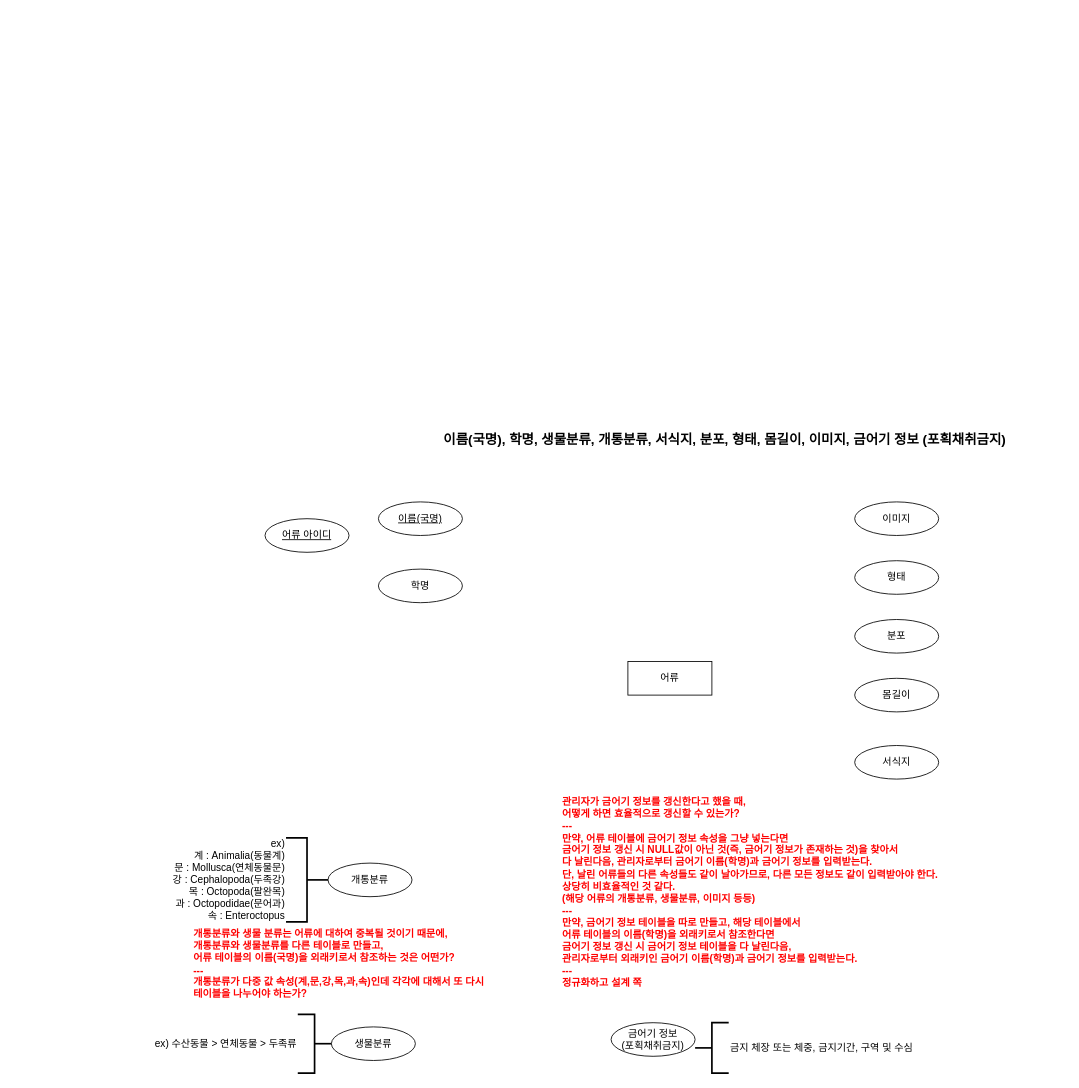
The draw.io diagram page "DB 설계" (5 of 5) of 설계/설계.drawio in 2021-KNU-Capstone-Team1/FishDic, before the edit. Source tidied: cells renumbered, new cells numbered last; positions are measured from the earlier drawing's top-left corner, leaving out a move shared by most shapes. Both pictures are drawn from the tidied source at 84%, with x=0, y=0 at pixel (192, 426).
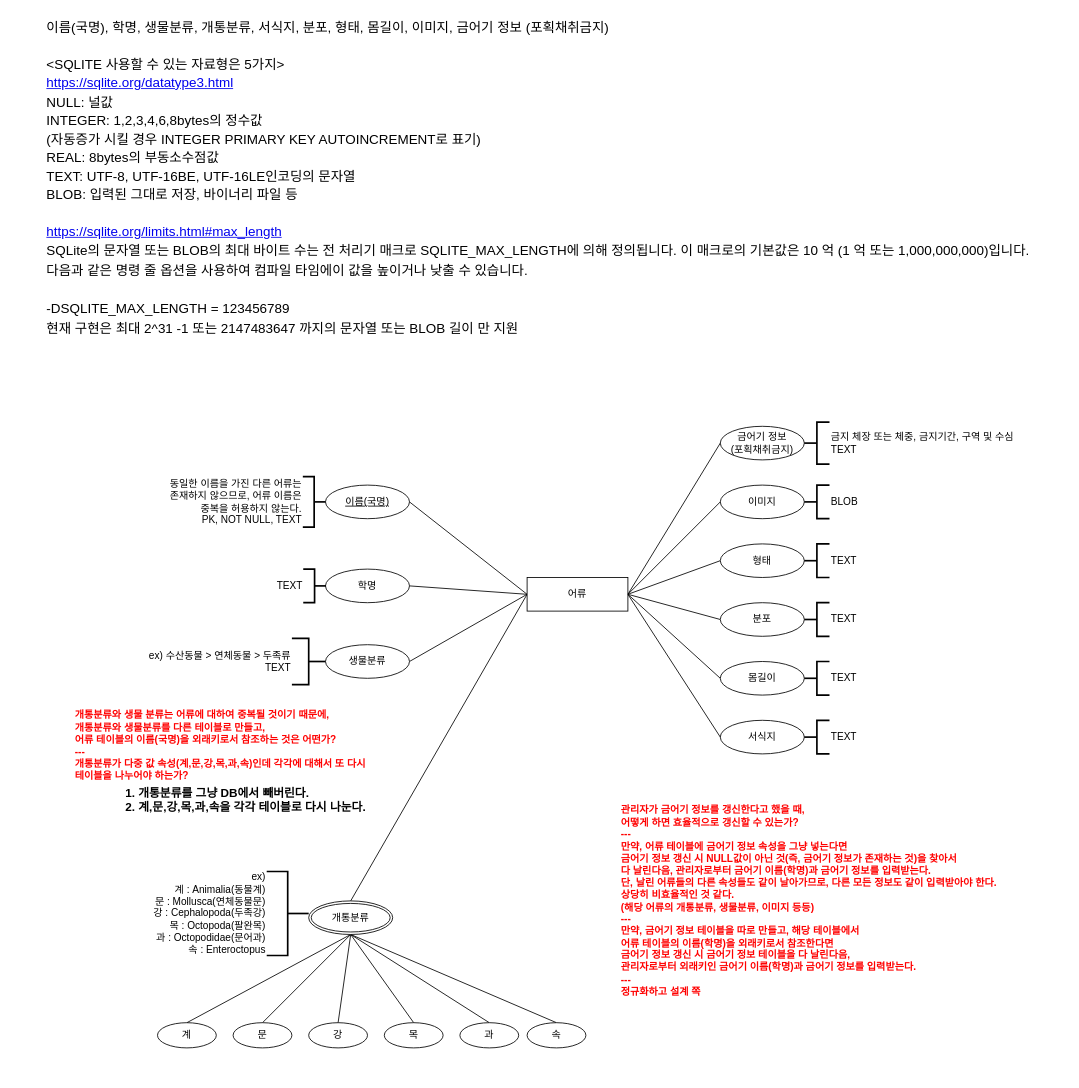
After the change.

Change to the diagram source:
```diff
@@
-    <mxCell id="2" value="&lt;div class=&quot;markup-2BOw-j messageContent-2qWWxC&quot; style=&quot;color: rgb(0 , 0 , 0) ; font-family: inherit ; font-size: 1rem ; font-style: inherit ; text-align: left ; margin: 0px 0px 0px -72px ; padding: 0px 0px 0px 72px ; border: 0px ; vertical-align: baseline ; outline: 0px ; line-height: 1.375rem ; overflow-wrap: break-word ; position: relative ; overflow: hidden&quot;&gt;이름(국명),&amp;nbsp;&lt;span style=&quot;font-family: inherit ; font-size: 1rem ; font-style: inherit&quot;&gt;학명, 생물분류, 개통분류, 서식지, 분포, 형태, 몸길이, 이미지, 금어기 정보 (포획채취금지)&lt;/span&gt;&lt;/div&gt;" style="text;html=1;align=center;verticalAlign=middle;fontColor=#0000FF;fontStyle=1;" parent="1" vertex="1">
-      <mxGeometry x="269" width="730" height="30" as="geometry" />
+    <mxCell id="2" value="&lt;div class=&quot;markup-2BOw-j messageContent-2qWWxC&quot; style=&quot;color: rgb(0 , 0 , 0) ; font-family: inherit ; font-size: 1rem ; font-style: inherit ; text-align: left ; margin: 0px 0px 0px -72px ; padding: 0px 0px 0px 72px ; border: 0px ; vertical-align: baseline ; outline: 0px ; line-height: 1.375rem ; overflow-wrap: break-word ; position: relative ; overflow: hidden&quot;&gt;&lt;span style=&quot;font-weight: normal&quot;&gt;이름(국명),&amp;nbsp;&lt;span style=&quot;font-family: inherit ; font-size: 1rem ; font-style: inherit&quot;&gt;학명, 생물분류, 개통분류, 서식지, 분포, 형태, 몸길이, 이미지, 금어기 정보 (포획채취금지)&lt;/span&gt;&lt;/span&gt;&lt;/div&gt;&lt;div class=&quot;markup-2BOw-j messageContent-2qWWxC&quot; style=&quot;text-align: left ; margin: 0px 0px 0px -72px ; padding: 0px 0px 0px 72px ; border: 0px ; vertical-align: baseline ; outline: 0px ; line-height: 1.375rem ; overflow-wrap: break-word ; position: relative ; overflow: hidden&quot;&gt;&lt;div class=&quot;markup-2BOw-j messageContent-2qWWxC&quot; style=&quot;color: rgb(0 , 0 , 0) ; font-family: inherit ; font-size: 1rem ; font-style: inherit ; margin: 0px 0px 0px -72px ; padding: 0px 0px 0px 72px ; border: 0px ; vertical-align: baseline ; outline: 0px ; line-height: 1.375rem ; overflow-wrap: break-word ; position: relative ; overflow: hidden&quot;&gt;&lt;span style=&quot;font-weight: normal&quot;&gt;&lt;br&gt;&lt;/span&gt;&lt;/div&gt;&lt;div class=&quot;markup-2BOw-j messageContent-2qWWxC&quot; style=&quot;color: rgb(0 , 0 , 0) ; font-family: inherit ; font-size: 1rem ; font-style: inherit ; margin: 0px 0px 0px -72px ; padding: 0px 0px 0px 72px ; border: 0px ; vertical-align: baseline ; outline: 0px ; line-height: 1.375rem ; overflow-wrap: break-word ; position: relative ; overflow: hidden&quot;&gt;&lt;span style=&quot;font-weight: normal&quot;&gt;&amp;lt;SQLITE 사용할 수 있는 자료형은 5가지&amp;gt;&lt;/span&gt;&lt;/div&gt;&lt;div class=&quot;markup-2BOw-j messageContent-2qWWxC&quot; style=&quot;margin: 0px 0px 0px -72px ; padding: 0px 0px 0px 72px ; border: 0px ; vertical-align: baseline ; outline: 0px ; line-height: 1.375rem ; overflow-wrap: break-word ; position: relative ; overflow: hidden&quot;&gt;&lt;span style=&quot;font-weight: normal&quot;&gt;&lt;font color=&quot;#000000&quot;&gt;&lt;span style=&quot;font-size: 16px&quot;&gt;&lt;a href=&quot;https://sqlite.org/datatype3.html&quot;&gt;https://sqlite.org/datatype3.html&lt;/a&gt;&lt;/span&gt;&lt;/font&gt;&lt;br&gt;&lt;/span&gt;&lt;/div&gt;&lt;div class=&quot;markup-2BOw-j messageContent-2qWWxC&quot; style=&quot;color: rgb(0 , 0 , 0) ; font-family: inherit ; font-size: 1rem ; font-style: inherit ; margin: 0px 0px 0px -72px ; padding: 0px 0px 0px 72px ; border: 0px ; vertical-align: baseline ; outline: 0px ; line-height: 1.375rem ; overflow-wrap: break-word ; position: relative ; overflow: hidden&quot;&gt;&lt;span style=&quot;font-weight: normal&quot;&gt;NULL: 널값&lt;/span&gt;&lt;/div&gt;&lt;div class=&quot;markup-2BOw-j messageContent-2qWWxC&quot; style=&quot;color: rgb(0 , 0 , 0) ; font-family: inherit ; font-size: 1rem ; font-style: inherit ; margin: 0px 0px 0px -72px ; padding: 0px 0px 0px 72px ; border: 0px ; vertical-align: baseline ; outline: 0px ; line-height: 1.375rem ; overflow-wrap: break-word ; position: relative ; overflow: hidden&quot;&gt;&lt;span style=&quot;font-weight: normal&quot;&gt;INTEGER: 1,2,3,4,6,8bytes의 정수값&lt;/span&gt;&lt;/div&gt;&lt;div class=&quot;markup-2BOw-j messageContent-2qWWxC&quot; style=&quot;color: rgb(0 , 0 , 0) ; font-family: inherit ; font-size: 1rem ; font-style: inherit ; margin: 0px 0px 0px -72px ; padding: 0px 0px 0px 72px ; border: 0px ; vertical-align: baseline ; outline: 0px ; line-height: 1.375rem ; overflow-wrap: break-word ; position: relative ; overflow: hidden&quot;&gt;&lt;span style=&quot;font-weight: normal&quot;&gt;(자동증가 시킬 경우 INTEGER PRIMARY KEY AUTOINCREMENT로 표기)&lt;/span&gt;&lt;/div&gt;&lt;div class=&quot;markup-2BOw-j messageContent-2qWWxC&quot; style=&quot;color: rgb(0 , 0 , 0) ; font-family: inherit ; font-size: 1rem ; font-style: inherit ; margin: 0px 0px 0px -72px ; padding: 0px 0px 0px 72px ; border: 0px ; vertical-align: baseline ; outline: 0px ; line-height: 1.375rem ; overflow-wrap: break-word ; position: relative ; overflow: hidden&quot;&gt;&lt;span style=&quot;font-weight: normal&quot;&gt;REAL: 8bytes의 부동소수점값&lt;/span&gt;&lt;/div&gt;&lt;div class=&quot;markup-2BOw-j messageContent-2qWWxC&quot; style=&quot;color: rgb(0 , 0 , 0) ; font-family: inherit ; font-size: 1rem ; font-style: inherit ; margin: 0px 0px 0px -72px ; padding: 0px 0px 0px 72px ; border: 0px ; vertical-align: baseline ; outline: 0px ; line-height: 1.375rem ; overflow-wrap: break-word ; position: relative ; overflow: hidden&quot;&gt;&lt;span style=&quot;font-weight: normal&quot;&gt;TEXT: UTF-8, UTF-16BE, UTF-16LE인코딩의 문자열&lt;/span&gt;&lt;/div&gt;&lt;div class=&quot;markup-2BOw-j messageContent-2qWWxC&quot; style=&quot;color: rgb(0 , 0 , 0) ; font-family: inherit ; font-size: 1rem ; font-style: inherit ; margin: 0px 0px 0px -72px ; padding: 0px 0px 0px 72px ; border: 0px ; vertical-align: baseline ; outline: 0px ; line-height: 1.375rem ; overflow-wrap: break-word ; position: relative ; overflow: hidden&quot;&gt;&lt;span style=&quot;font-weight: normal&quot;&gt;BLOB: 입력된 그대로 저장, 바이너리 파일 등&lt;/span&gt;&lt;/div&gt;&lt;div style=&quot;color: rgb(0 , 0 , 0) ; font-family: inherit ; font-size: 1rem ; font-style: inherit&quot;&gt;&lt;span style=&quot;font-weight: normal&quot;&gt;&lt;br&gt;&lt;/span&gt;&lt;/div&gt;&lt;div&gt;&lt;span style=&quot;font-weight: normal&quot;&gt;&lt;font color=&quot;#000000&quot;&gt;&lt;span style=&quot;font-size: 16px&quot;&gt;&lt;a href=&quot;https://sqlite.org/limits.html#max_length&quot;&gt;https://sqlite.org/limits.html#max_length&lt;/a&gt;&lt;/span&gt;&lt;/font&gt;&lt;br&gt;&lt;/span&gt;&lt;/div&gt;&lt;div&gt;&lt;div&gt;&lt;font color=&quot;#000000&quot;&gt;&lt;span style=&quot;font-size: 16px ; font-weight: normal&quot;&gt;SQLite의 문자열 또는 BLOB의 최대 바이트 수는 전 처리기 매크로 SQLITE_MAX_LENGTH에 의해 정의됩니다. 이 매크로의 기본값은 10 억 (1 억 또는 1,000,000,000)입니다.&amp;nbsp;&lt;/span&gt;&lt;/font&gt;&lt;/div&gt;&lt;div&gt;&lt;font color=&quot;#000000&quot;&gt;&lt;span style=&quot;font-size: 16px ; font-weight: normal&quot;&gt;다음과 같은 명령 줄 옵션을 사용하여 컴파일 타임에이 값을 높이거나 낮출 수 있습니다.&lt;/span&gt;&lt;/font&gt;&lt;/div&gt;&lt;div&gt;&lt;font color=&quot;#000000&quot;&gt;&lt;span style=&quot;font-size: 16px ; font-weight: normal&quot;&gt;&lt;br&gt;&lt;/span&gt;&lt;/font&gt;&lt;/div&gt;&lt;div&gt;&lt;font color=&quot;#000000&quot;&gt;&lt;span style=&quot;font-size: 16px ; font-weight: normal&quot;&gt;-DSQLITE_MAX_LENGTH = 123456789&lt;/span&gt;&lt;/font&gt;&lt;/div&gt;&lt;div&gt;&lt;font color=&quot;#000000&quot;&gt;&lt;span style=&quot;font-size: 16px ; font-weight: normal&quot;&gt;현재 구현은 최대 2^31 -1 또는 2147483647 까지의 문자열 또는 BLOB 길이 만 지원&lt;/span&gt;&lt;/font&gt;&lt;/div&gt;&lt;/div&gt;&lt;/div&gt;" style="text;html=1;align=center;verticalAlign=middle;fontColor=#0000FF;fontStyle=1;" parent="1" vertex="1">
+      <mxGeometry x="-211" y="-490" width="1250" height="390" as="geometry" />
     </mxCell>
+    <mxCell id="20" style="edgeStyle=none;rounded=0;jettySize=auto;html=1;exitX=0;exitY=0.5;exitDx=0;exitDy=0;entryX=1;entryY=0.5;entryDx=0;entryDy=0;endArrow=none;endFill=0;" parent="1" edge="1" source="3" target="13">
+      <mxGeometry relative="1" as="geometry" />
+    </mxCell>
+    <mxCell id="21" style="edgeStyle=none;rounded=0;jettySize=auto;html=1;exitX=0;exitY=0.5;exitDx=0;exitDy=0;entryX=1;entryY=0.5;entryDx=0;entryDy=0;endArrow=none;endFill=0;" parent="1" edge="1" source="3" target="12">
+      <mxGeometry relative="1" as="geometry" />
+    </mxCell>
+    <mxCell id="22" style="edgeStyle=none;rounded=0;jettySize=auto;html=1;exitX=1;exitY=0.5;exitDx=0;exitDy=0;entryX=0;entryY=0.5;entryDx=0;entryDy=0;endArrow=none;endFill=0;" parent="1" edge="1" source="3" target="5">
+      <mxGeometry relative="1" as="geometry" />
+    </mxCell>
+    <mxCell id="23" style="edgeStyle=none;rounded=0;jettySize=auto;html=1;exitX=1;exitY=0.5;exitDx=0;exitDy=0;entryX=0;entryY=0.5;entryDx=0;entryDy=0;endArrow=none;endFill=0;" parent="1" edge="1" source="3" target="7">
+      <mxGeometry relative="1" as="geometry" />
+    </mxCell>
+    <mxCell id="24" style="edgeStyle=none;rounded=0;jettySize=auto;html=1;exitX=1;exitY=0.5;exitDx=0;exitDy=0;entryX=0;entryY=0.5;entryDx=0;entryDy=0;endArrow=none;endFill=0;" parent="1" edge="1" source="3" target="8">
+      <mxGeometry relative="1" as="geometry" />
+    </mxCell>
+    <mxCell id="25" style="edgeStyle=none;rounded=0;jettySize=auto;html=1;exitX=1;exitY=0.5;exitDx=0;exitDy=0;entryX=0;entryY=0.5;entryDx=0;entryDy=0;endArrow=none;endFill=0;" parent="1" edge="1" source="3" target="6">
+      <mxGeometry relative="1" as="geometry" />
+    </mxCell>
+    <mxCell id="26" style="edgeStyle=none;rounded=0;jettySize=auto;html=1;exitX=1;exitY=0.5;exitDx=0;exitDy=0;entryX=0;entryY=0.5;entryDx=0;entryDy=0;endArrow=none;endFill=0;" parent="1" edge="1" source="3" target="9">
+      <mxGeometry relative="1" as="geometry" />
+    </mxCell>
+    <mxCell id="27" style="edgeStyle=none;rounded=0;jettySize=auto;html=1;exitX=0;exitY=0.5;exitDx=0;exitDy=0;entryX=0.5;entryY=0;entryDx=0;entryDy=0;endArrow=none;endFill=0;" parent="1" edge="1" source="3" target="10">
+      <mxGeometry relative="1" as="geometry" />
+    </mxCell>
+    <mxCell id="28" style="edgeStyle=none;rounded=0;jettySize=auto;html=1;exitX=0;exitY=0.5;exitDx=0;exitDy=0;entryX=1;entryY=0.5;entryDx=0;entryDy=0;endArrow=none;endFill=0;fontSize=14;" parent="1" edge="1" source="3" target="11">
+      <mxGeometry relative="1" as="geometry" />
+    </mxCell>
     <mxCell id="3" value="어류" style="whiteSpace=wrap;html=1;align=center;" parent="1" vertex="1">
-      <mxGeometry x="519" y="280" width="100" height="40" as="geometry" />
+      <mxGeometry x="399" y="180" width="120" height="40" as="geometry" />
     </mxCell>
+    <mxCell id="29" style="edgeStyle=none;rounded=0;jettySize=auto;html=1;exitX=0;exitY=0.5;exitDx=0;exitDy=0;entryX=1;entryY=0.5;entryDx=0;entryDy=0;endArrow=none;endFill=0;fontSize=14;" parent="1" edge="1" source="4" target="3">
+      <mxGeometry relative="1" as="geometry" />
+    </mxCell>
     <mxCell id="4" value="금어기 정보&lt;br&gt;(포획채취금지)" style="ellipse;whiteSpace=wrap;html=1;align=center;fontColor=#000000;" parent="1" vertex="1">
-      <mxGeometry x="499" y="710" width="100" height="40" as="geometry" />
+      <mxGeometry x="629" width="100" height="40" as="geometry" />
     </mxCell>
     <mxCell id="5" value="이미지" style="ellipse;whiteSpace=wrap;html=1;align=center;fontColor=#000000;" parent="1" vertex="1">
-      <mxGeometry x="789" y="90" width="100" height="40" as="geometry" />
+      <mxGeometry x="629" y="70" width="100" height="40" as="geometry" />
     </mxCell>
     <mxCell id="6" value="몸길이" style="ellipse;whiteSpace=wrap;html=1;align=center;fontColor=#000000;" parent="1" vertex="1">
-      <mxGeometry x="789" y="300" width="100" height="40" as="geometry" />
+      <mxGeometry x="629" y="280" width="100" height="40" as="geometry" />
     </mxCell>
     <mxCell id="7" value="형태" style="ellipse;whiteSpace=wrap;html=1;align=center;fontColor=#000000;" parent="1" vertex="1">
-      <mxGeometry x="789" y="160" width="100" height="40" as="geometry" />
+      <mxGeometry x="629" y="140" width="100" height="40" as="geometry" />
     </mxCell>
     <mxCell id="8" value="분포" style="ellipse;whiteSpace=wrap;html=1;align=center;fontColor=#000000;" parent="1" vertex="1">
-      <mxGeometry x="789" y="230" width="100" height="40" as="geometry" />
+      <mxGeometry x="629" y="210" width="100" height="40" as="geometry" />
     </mxCell>
     <mxCell id="9" value="서식지" style="ellipse;whiteSpace=wrap;html=1;align=center;fontColor=#000000;" parent="1" vertex="1">
-      <mxGeometry x="789" y="380" width="100" height="40" as="geometry" />
+      <mxGeometry x="629" y="350" width="100" height="40" as="geometry" />
     </mxCell>
-    <mxCell id="10" value="개통분류" style="ellipse;whiteSpace=wrap;html=1;align=center;fontColor=#000000;" parent="1" vertex="1">
-      <mxGeometry x="162" y="520" width="100" height="40" as="geometry" />
-    </mxCell>
     <mxCell id="11" value="생물분류" style="ellipse;whiteSpace=wrap;html=1;align=center;fontColor=#000000;" parent="1" vertex="1">
-      <mxGeometry x="166" y="715" width="100" height="40" as="geometry" />
+      <mxGeometry x="159" y="260" width="100" height="40" as="geometry" />
     </mxCell>
     <mxCell id="12" value="학명" style="ellipse;whiteSpace=wrap;html=1;align=center;fontColor=#000000;" parent="1" vertex="1">
-      <mxGeometry x="222" y="170" width="100" height="40" as="geometry" />
+      <mxGeometry x="159" y="170" width="100" height="40" as="geometry" />
     </mxCell>
     <mxCell id="13" value="이름(국명)" style="ellipse;whiteSpace=wrap;html=1;align=center;fontColor=#000000;fontStyle=4;" parent="1" vertex="1">
-      <mxGeometry x="222" y="90" width="100" height="40" as="geometry" />
+      <mxGeometry x="159" y="70" width="100" height="40" as="geometry" />
     </mxCell>
-    <mxCell id="14" value="ex)&amp;nbsp;수산동물 &amp;gt; 연체동물 &amp;gt; 두족류" style="strokeWidth=2;html=1;shape=mxgraph.flowchart.annotation_2;align=right;labelPosition=left;fontColor=#000000;flipV=0;flipH=1;" parent="1" vertex="1">
-      <mxGeometry x="126" y="700" width="40" height="70" as="geometry" />
+    <mxCell id="14" value="ex)&amp;nbsp;수산동물 &amp;gt; 연체동물 &amp;gt; 두족류&lt;br&gt;TEXT" style="strokeWidth=2;html=1;shape=mxgraph.flowchart.annotation_2;align=right;labelPosition=left;fontColor=#000000;flipV=0;flipH=1;" parent="1" vertex="1">
+      <mxGeometry x="119" y="252.5" width="40" height="55" as="geometry" />
     </mxCell>
     <mxCell id="15" value="&lt;div&gt;ex)&lt;/div&gt;&lt;div&gt;계 : Animalia(동물계)&lt;/div&gt;&lt;div&gt;문 : Mollusca(연체동물문)&lt;/div&gt;&lt;div&gt;강 : Cephalopoda(두족강)&lt;/div&gt;&lt;div&gt;목 : Octopoda(팔완목)&lt;/div&gt;&lt;div&gt;과 : Octopodidae(문어과)&lt;/div&gt;&lt;div&gt;속 : Enteroctopus&lt;/div&gt;" style="strokeWidth=2;html=1;shape=mxgraph.flowchart.annotation_2;align=right;labelPosition=left;fontColor=#000000;flipV=0;flipH=1;" parent="1" vertex="1">
-      <mxGeometry x="112" y="490" width="50" height="100" as="geometry" />
+      <mxGeometry x="89" y="530" width="50" height="100" as="geometry" />
     </mxCell>
-    <mxCell id="16" value="금지 체장 또는 체중, 금지기간, 구역 및 수심" style="strokeWidth=2;html=1;shape=mxgraph.flowchart.annotation_2;align=left;labelPosition=right;fontColor=#000000;" parent="1" vertex="1">
-      <mxGeometry x="599" y="710" width="40" height="60" as="geometry" />
+    <mxCell id="16" value="금지 체장 또는 체중, 금지기간, 구역 및 수심&lt;br&gt;TEXT" style="strokeWidth=2;html=1;shape=mxgraph.flowchart.annotation_2;align=left;labelPosition=right;fontColor=#000000;" parent="1" vertex="1">
+      <mxGeometry x="729" y="-5" width="30" height="50" as="geometry" />
     </mxCell>
     <mxCell id="17" value="개통분류와 생물 분류는 어류에 대하여 중복될 것이기 때문에,&lt;br&gt;개통분류와 생물분류를 다른 테이블로 만들고,&lt;br&gt;어류 테이블의 이름(국명)을 외래키로서 참조하는 것은 어떤가?&lt;br&gt;---&lt;br&gt;개통분류가 다중 값 속성(계,문,강,목,과,속)인데 각각에 대해서 또 다시&lt;br&gt;테이블을 나누어야 하는가?" style="text;html=1;align=left;verticalAlign=middle;fontStyle=1;fontColor=#FF0000;" parent="1" vertex="1">
-      <mxGeometry y="595" width="390" height="90" as="geometry" />
+      <mxGeometry x="-141" y="335" width="390" height="90" as="geometry" />
     </mxCell>
     <mxCell id="18" value="관리자가 금어기 정보를 갱신한다고 했을 때,&lt;br&gt;어떻게 하면 효율적으로 갱신할 수 있는가?&lt;br&gt;---&lt;br&gt;&lt;div&gt;만약, 어류 테이블에 금어기 정보 속성을 그냥 넣는다면&lt;/div&gt;&lt;div&gt;금어기 정보 갱신 시 NULL값이 아닌 것(즉, 금어기 정보가 존재하는 것)을 찾아서&amp;nbsp;&lt;span&gt;&amp;nbsp;&lt;/span&gt;&lt;/div&gt;다 날린다음, 관리자로부터 금어기 이름(학명)과 금어기 정보를 입력받는다.&lt;br&gt;단, 날린 어류들의 다른 속성들도 같이 날아가므로, 다른 모든 정보도 같이 입력받아야 한다.&lt;br&gt;상당히 비효율적인 것 같다.&lt;br&gt;(해당 어류의 개통분류, 생물분류, 이미지 등등)&lt;br&gt;&lt;div&gt;---&lt;/div&gt;&lt;div&gt;만약, 금어기 정보 테이블을 따로 만들고, 해당 테이블에서&lt;/div&gt;&lt;div&gt;어류 테이블의 이름(학명)을 외래키로서 참조한다면&lt;/div&gt;&lt;div&gt;금어기 정보 갱신 시 금어기 정보 테이블을 다 날린다음,&lt;/div&gt;&lt;div&gt;관리자로부터 외래키인 금어기 이름(학명)과 금어기 정보를 입력받는다.&lt;/div&gt;&lt;div&gt;---&lt;/div&gt;&lt;div&gt;정규화하고 설계 쪽&lt;/div&gt;" style="text;html=1;align=left;verticalAlign=middle;fontStyle=1;fontColor=#FF0000;" parent="1" vertex="1">
-      <mxGeometry x="439" y="440" width="500" height="230" as="geometry" />
+      <mxGeometry x="509" y="450" width="500" height="230" as="geometry" />
     </mxCell>
-    <mxCell id="19" value="어류 아이디" style="ellipse;whiteSpace=wrap;html=1;align=center;fontColor=#000000;fontStyle=4;" parent="1" vertex="1">
-      <mxGeometry x="87" y="110" width="100" height="40" as="geometry" />
-    </mxCell>
+    <mxCell id="30" value="동일한 이름을 가진 다른 어류는 &lt;br&gt;존재하지 않으므로, 어류 이름은&lt;br&gt;중복을 허용하지 않는다.&lt;br&gt;PK, NOT NULL, TEXT" style="strokeWidth=2;html=1;shape=mxgraph.flowchart.annotation_2;align=right;labelPosition=left;flipH=1;" parent="1" vertex="1">
+      <mxGeometry x="132" y="60" width="27" height="60" as="geometry" />
+    </mxCell>
+    <mxCell id="31" value="TEXT" style="strokeWidth=2;html=1;shape=mxgraph.flowchart.annotation_2;align=right;labelPosition=left;flipH=1;" parent="1" vertex="1">
+      <mxGeometry x="132.5" y="170" width="27" height="40" as="geometry" />
+    </mxCell>
+    <mxCell id="32" value="BLOB" style="strokeWidth=2;html=1;shape=mxgraph.flowchart.annotation_2;align=left;labelPosition=right;" parent="1" vertex="1">
+      <mxGeometry x="729" y="70" width="30" height="40" as="geometry" />
+    </mxCell>
+    <mxCell id="33" value="TEXT" style="strokeWidth=2;html=1;shape=mxgraph.flowchart.annotation_2;align=left;labelPosition=right;" parent="1" vertex="1">
+      <mxGeometry x="729" y="140" width="30" height="40" as="geometry" />
+    </mxCell>
+    <mxCell id="34" value="TEXT" style="strokeWidth=2;html=1;shape=mxgraph.flowchart.annotation_2;align=left;labelPosition=right;" parent="1" vertex="1">
+      <mxGeometry x="729" y="210" width="30" height="40" as="geometry" />
+    </mxCell>
+    <mxCell id="35" value="TEXT" style="strokeWidth=2;html=1;shape=mxgraph.flowchart.annotation_2;align=left;labelPosition=right;" parent="1" vertex="1">
+      <mxGeometry x="729" y="280" width="30" height="40" as="geometry" />
+    </mxCell>
+    <mxCell id="36" value="TEXT" style="strokeWidth=2;html=1;shape=mxgraph.flowchart.annotation_2;align=left;labelPosition=right;" parent="1" vertex="1">
+      <mxGeometry x="729" y="350" width="30" height="40" as="geometry" />
+    </mxCell>
+    <mxCell id="37" value="1. 개통분류를 그냥 DB에서 빼버린다.&lt;br style=&quot;font-size: 14px;&quot;&gt;2. 계,문,강,목,과,속을 각각 테이블로 다시 나눈다." style="text;html=1;align=left;verticalAlign=middle;fontStyle=1;fontSize=14;" parent="1" vertex="1">
+      <mxGeometry x="-81" y="425" width="320" height="40" as="geometry" />
+    </mxCell>
+    <mxCell id="38" style="rounded=0;jettySize=auto;html=1;exitX=0.5;exitY=1;exitDx=0;exitDy=0;entryX=0.5;entryY=0;entryDx=0;entryDy=0;endArrow=none;endFill=0;" parent="1" edge="1" source="10" target="44">
+      <mxGeometry relative="1" as="geometry" />
+    </mxCell>
+    <mxCell id="39" style="edgeStyle=none;rounded=0;jettySize=auto;html=1;exitX=0.5;exitY=1;exitDx=0;exitDy=0;entryX=0.5;entryY=0;entryDx=0;entryDy=0;endArrow=none;endFill=0;" parent="1" edge="1" source="10" target="45">
+      <mxGeometry relative="1" as="geometry" />
+    </mxCell>
+    <mxCell id="40" style="edgeStyle=none;rounded=0;jettySize=auto;html=1;exitX=0.5;exitY=1;exitDx=0;exitDy=0;entryX=0.5;entryY=0;entryDx=0;entryDy=0;endArrow=none;endFill=0;" parent="1" edge="1" source="10" target="46">
+      <mxGeometry relative="1" as="geometry" />
+    </mxCell>
+    <mxCell id="41" style="edgeStyle=none;rounded=0;jettySize=auto;html=1;exitX=0.5;exitY=1;exitDx=0;exitDy=0;entryX=0.5;entryY=0;entryDx=0;entryDy=0;endArrow=none;endFill=0;" parent="1" edge="1" source="10" target="47">
+      <mxGeometry relative="1" as="geometry" />
+    </mxCell>
+    <mxCell id="42" style="edgeStyle=none;rounded=0;jettySize=auto;html=1;exitX=0.5;exitY=1;exitDx=0;exitDy=0;entryX=0.5;entryY=0;entryDx=0;entryDy=0;endArrow=none;endFill=0;" parent="1" edge="1" source="10" target="48">
+      <mxGeometry relative="1" as="geometry" />
+    </mxCell>
+    <mxCell id="43" style="edgeStyle=none;rounded=0;jettySize=auto;html=1;exitX=0.5;exitY=1;exitDx=0;exitDy=0;entryX=0.5;entryY=0;entryDx=0;entryDy=0;endArrow=none;endFill=0;" parent="1" edge="1" source="10" target="49">
+      <mxGeometry relative="1" as="geometry" />
+    </mxCell>
+    <mxCell id="10" value="개통분류" style="ellipse;shape=doubleEllipse;margin=3;whiteSpace=wrap;html=1;align=center;" parent="1" vertex="1">
+      <mxGeometry x="139" y="565" width="100" height="40" as="geometry" />
+    </mxCell>
+    <mxCell id="44" value="계" style="ellipse;whiteSpace=wrap;html=1;align=center;" parent="1" vertex="1">
+      <mxGeometry x="-41" y="710" width="70" height="30" as="geometry" />
+    </mxCell>
+    <mxCell id="45" value="문" style="ellipse;whiteSpace=wrap;html=1;align=center;" parent="1" vertex="1">
+      <mxGeometry x="49" y="710" width="70" height="30" as="geometry" />
+    </mxCell>
+    <mxCell id="46" value="강" style="ellipse;whiteSpace=wrap;html=1;align=center;" parent="1" vertex="1">
+      <mxGeometry x="139" y="710" width="70" height="30" as="geometry" />
+    </mxCell>
+    <mxCell id="47" value="목" style="ellipse;whiteSpace=wrap;html=1;align=center;" parent="1" vertex="1">
+      <mxGeometry x="229" y="710" width="70" height="30" as="geometry" />
+    </mxCell>
+    <mxCell id="48" value="과" style="ellipse;whiteSpace=wrap;html=1;align=center;" parent="1" vertex="1">
+      <mxGeometry x="319" y="710" width="70" height="30" as="geometry" />
+    </mxCell>
+    <mxCell id="49" value="속" style="ellipse;whiteSpace=wrap;html=1;align=center;" parent="1" vertex="1">
+      <mxGeometry x="399" y="710" width="70" height="30" as="geometry" />
+    </mxCell>
```
